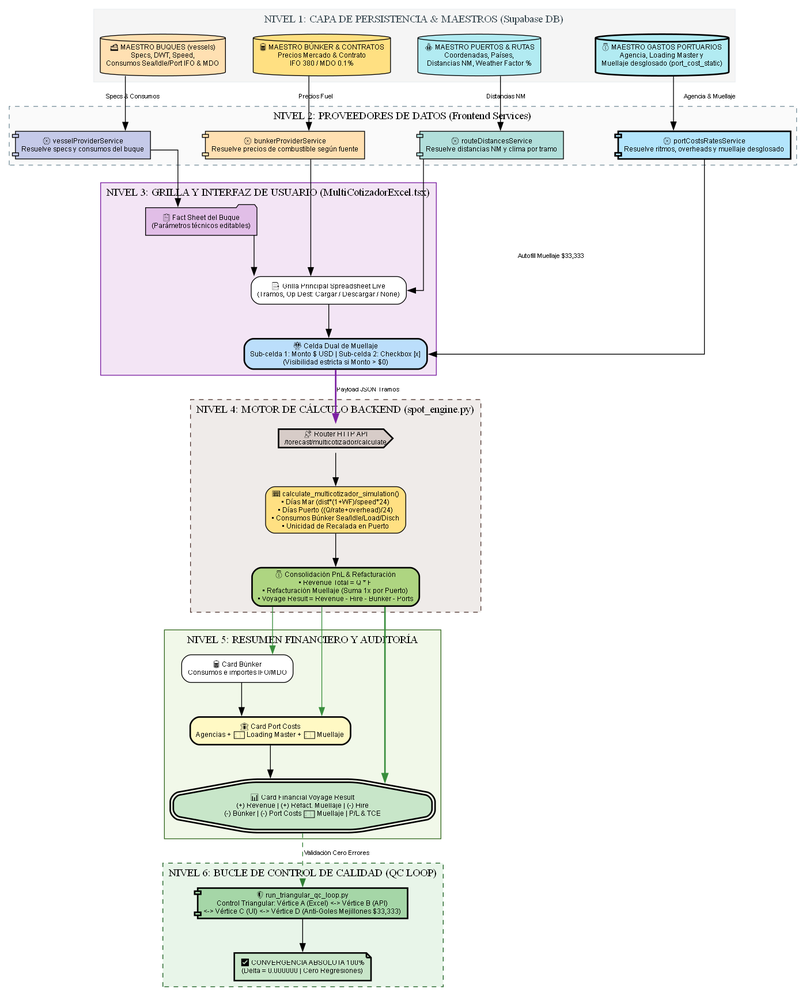
Above: Desarrollo.Profesional/Obsidian.Refactorizacion.Multicotizador/FLUJOGRAMA_Arquitectura_Multicotizador_V1.png in RichGutz/PETRAL.SMART.DASHBOARD (Graphviz), before the change. Its source is kept beside it as Desarrollo.Profesional/Obsidian.Refactorizacion.Multicotizador/FLUJOGRAMA_Arquitectura_Multicotizador_V1.dot.
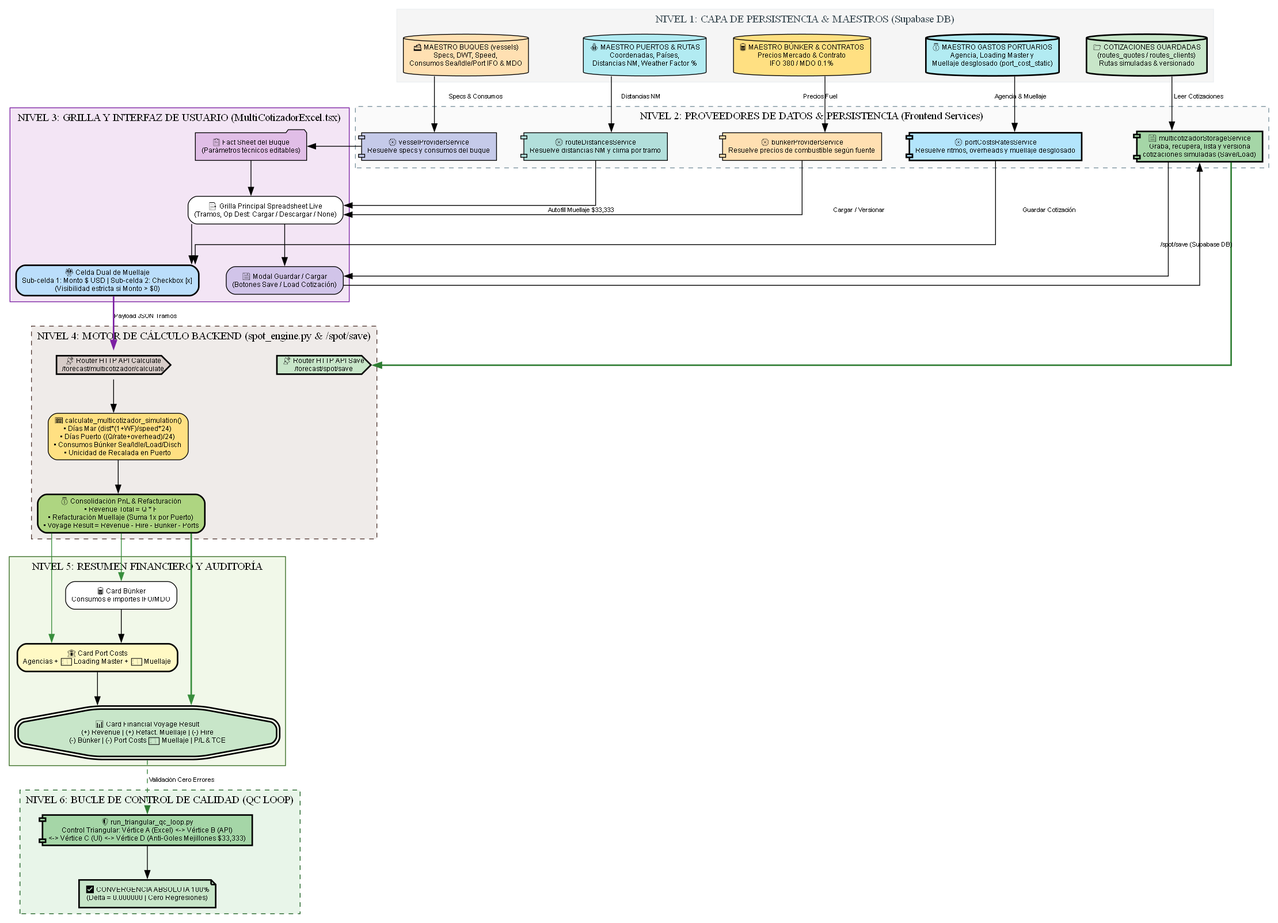
The same file after the commit.

Commit message:
docs(architecture): incorporar servicio de grabado multicotizadorStorageService en el plan maestro y flujograma de arquitectura

The edit, as a diff of the source:
```diff
@@ -14,31 +14,33 @@
         label = "NIVEL 1: CAPA DE PERSISTENCIA & MAESTROS (Supabase DB)";
         style="filled"; color="#ECEFF1"; fontcolor="#37474F"; fillcolor="#F5F5F5";
 
-        { rank=same; DB_Vessels; DB_Ports; DB_PortCosts; DB_Bunker; }
+        { rank=same; DB_Vessels; DB_Ports; DB_PortCosts; DB_Bunker; DB_SavedQuotes; }
 
         DB_Vessels [label="🚢 MAESTRO BUQUES (vessels)\nSpecs, DWT, Speed,\nConsumos Sea/Idle/Port IFO & MDO", shape=cylinder, fillcolor="#FFE0B2"];
         DB_Ports [label="⚓ MAESTRO PUERTOS & RUTAS\nCoordenadas, Países,\nDistancias NM, Weather Factor %", shape=cylinder, fillcolor="#B2EBF2"];
         DB_PortCosts [label="💰 MAESTRO GASTOS PORTUARIOS\nAgencia, Loading Master y\nMuellaje desglosado (port_cost_static)", shape=cylinder, fillcolor="#B2EBF2", penwidth=2];
         DB_Bunker [label="🛢️ MAESTRO BÚNKER & CONTRATOS\nPrecios Mercado & Contrato\nIFO 380 / MDO 0.1%", shape=cylinder, fillcolor="#FFE082"];
+        DB_SavedQuotes [label="📁 COTIZACIONES GUARDADAS\n(routes_quotes / routes_clients)\nRutas simuladas & versionado", shape=cylinder, fillcolor="#C8E6C9", penwidth=2];
 
-        DB_Vessels -> DB_Ports -> DB_PortCosts -> DB_Bunker [style=invis];
+        DB_Vessels -> DB_Ports -> DB_PortCosts -> DB_Bunker -> DB_SavedQuotes [style=invis];
     }
 
     # ==========================================
-    #  NIVEL 2: SERVICIOS PROVIDERS (FRONTEND REACT)
+    #  NIVEL 2: SERVICIOS PROVIDERS & PERSISTENCIA (FRONTEND REACT)
     # ==========================================
     subgraph cluster_lvl2 {
-        label = "NIVEL 2: PROVEEDORES DE DATOS (Frontend Services)";
+        label = "NIVEL 2: PROVEEDORES DE DATOS & PERSISTENCIA (Frontend Services)";
         style="filled,dashed"; color="#78909C"; fillcolor="#FAFAFA";
 
-        { rank=same; S_Vessel; S_Bunker; S_Route; S_Port; }
+        { rank=same; S_Vessel; S_Bunker; S_Route; S_Port; S_Storage; }
 
         S_Vessel [label="⚙️ vesselProviderService\nResuelve specs y consumos del buque", shape=component, fillcolor="#C5CAE9"];
         S_Bunker [label="⚙️ bunkerProviderService\nResuelve precios de combustible según fuente", shape=component, fillcolor="#FFE0B2"];
         S_Route [label="⚙️ routeDistancesService\nResuelve distancias NM y clima por tramo", shape=component, fillcolor="#B2DFDB"];
         S_Port [label="⚙️ portCostsRatesService\nResuelve ritmos, overheads y muellaje desglosado", shape=component, fillcolor="#B3E5FC", penwidth=2];
+        S_Storage [label="💾 multicotizadorStorageService\nGraba, recupera, lista y versiona\ncotizaciones simuladas (Save/Load)", shape=component, fillcolor="#A5D6A7", penwidth=2];
 
-        S_Vessel -> S_Bunker -> S_Route -> S_Port [style=invis];
+        S_Vessel -> S_Bunker -> S_Route -> S_Port -> S_Storage [style=invis];
     }
 
     # ==========================================
@@ -51,18 +53,21 @@
         UI_FactSheet [label="📋 Fact Sheet del Buque\n(Parámetros técnicos editables)", shape=folder, fillcolor="#E1BEE7"];
         UI_Grid [label="📑 Grilla Principal Spreadsheet Live\n(Tramos, Op Dest: Cargar / Descargar / None)", shape=box, fillcolor="white"];
         UI_MuellajeCell [label="⚖️ Celda Dual de Muellaje\nSub-celda 1: Monto $ USD | Sub-celda 2: Checkbox [x]\n(Visibilidad estricta si Monto > $0)", shape=box, fillcolor="#BBDEFB", penwidth=2];
+        UI_SaveModal [label="💾 Modal Guardar / Cargar\n(Botones Save / Load Cotización)", shape=box, fillcolor="#D1C4E9"];
 
         UI_FactSheet -> UI_Grid -> UI_MuellajeCell;
+        UI_Grid -> UI_SaveModal;
     }
 
     # ==========================================
-    #  NIVEL 4: MOTOR DE CÁLCULO (GEEKSOFT ENGINE FASTAPI)
+    #  NIVEL 4: MOTOR DE CÁLCULO & PERSISTENCIA (GEEKSOFT ENGINE FASTAPI)
     # ==========================================
     subgraph cluster_lvl4 {
-        label = "NIVEL 4: MOTOR DE CÁLCULO BACKEND (spot_engine.py)";
+        label = "NIVEL 4: MOTOR DE CÁLCULO BACKEND (spot_engine.py & /spot/save)";
         style="filled,dashed"; color="#4E342E"; fillcolor="#EFEBE9";
 
-        API_Endpoint [label="📡 Router HTTP API\n/forecast/multicotizador/calculate", shape=cds, fillcolor="#D7CCC8", penwidth=2];
+        API_Endpoint [label="📡 Router HTTP API Calculate\n/forecast/multicotizador/calculate", shape=cds, fillcolor="#D7CCC8", penwidth=2];
+        API_SaveEndpoint [label="📡 Router HTTP API Save\n/forecast/spot/save", shape=cds, fillcolor="#C8E6C9", penwidth=2];
         Engine_Sim [label="🧮 calculate_multicotizador_simulation()\n• Días Mar (dist*(1+WF)/speed*24)\n• Días Puerto ((Q/rate+overhead)/24)\n• Consumos Búnker Sea/Idle/Load/Disch\n• Unicidad de Recalada en Puerto", shape=box, fillcolor="#FFE082"];
         Engine_PnL [label="💰 Consolidación PnL & Refacturación\n• Revenue Total = Q * F\n• Refacturación Muellaje (Suma 1x por Puerto)\n• Voyage Result = Revenue - Hire - Bunker - Ports", shape=box, fillcolor="#AED581", penwidth=2];
 
@@ -105,15 +110,19 @@
     DB_Ports -> S_Route [label=" Distancias NM"];
     DB_PortCosts -> S_Port [label=" Agencia & Muellaje"];
     DB_Bunker -> S_Bunker [label=" Precios Fuel"];
+    DB_SavedQuotes -> S_Storage [label=" Leer Cotizaciones"];
 
     # 2. Providers -> UI
     S_Vessel -> UI_FactSheet;
     S_Bunker -> UI_Grid;
     S_Route -> UI_Grid;
     S_Port -> UI_MuellajeCell [label=" Autofill Muellaje $33,333"];
+    S_Storage -> UI_SaveModal [label=" Cargar / Versionar"];
 
-    # 3. UI -> Engine API
+    # 3. UI -> Engine API & Save API
     UI_MuellajeCell -> API_Endpoint [label=" Payload JSON Tramos", color="#7B1FA2", penwidth=2];
+    UI_SaveModal -> S_Storage [label=" Guardar Cotización"];
+    S_Storage -> API_SaveEndpoint [label=" /spot/save (Supabase DB)", color="#2E7D32", penwidth=2];
 
     # 4. Engine PnL -> Cards
     Engine_PnL -> Card_Bunker [color="#388E3C"];
```
